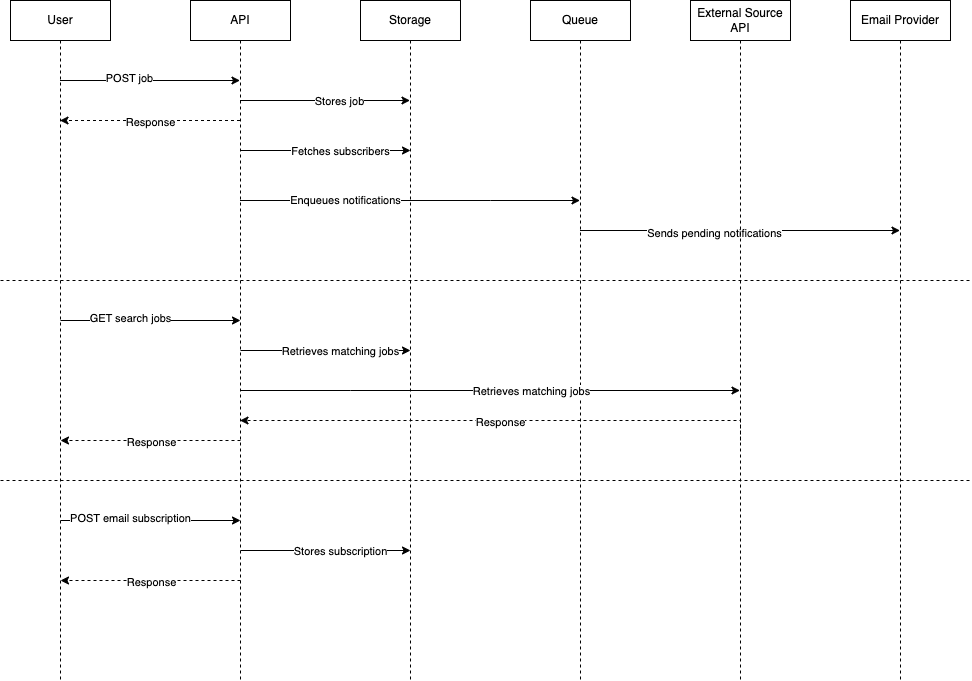
Earlier version of the draw.io export docs/sequence.png (ariel17/jobberwocky). Source tidied: cells renumbered, new cells last; positions are measured from the earlier drawing's top-left corner, leaving out a move shared by most shapes. The source it was exported from:
```xml
<mxGraphModel>
  <root>
    <mxCell id="0" />
    <mxCell id="1" parent="0" />
    <mxCell id="2" style="edgeStyle=elbowEdgeStyle;rounded=0;jettySize=auto;html=1;elbow=vertical;curved=0;" parent="1" edge="1" source="4" target="11">
      <mxGeometry relative="1" as="geometry">
        <Array as="points">
          <mxPoint x="140" y="80" />
        </Array>
      </mxGeometry>
    </mxCell>
    <mxCell id="3" value="POST job" style="edgeLabel;html=1;align=center;verticalAlign=middle;" parent="2" vertex="1">
      <mxGeometry x="-0.24" y="3" relative="1" as="geometry">
        <mxPoint x="1" as="offset" />
      </mxGeometry>
    </mxCell>
    <mxCell id="4" value="User" style="shape=umlLifeline;perimeter=lifelinePerimeter;whiteSpace=wrap;html=1;outlineConnect=0;portConstraint=eastwest;newEdgeStyle={&quot;edgeStyle&quot;:&quot;elbowEdgeStyle&quot;,&quot;elbow&quot;:&quot;vertical&quot;,&quot;curved&quot;:0,&quot;rounded&quot;:0};" parent="1" vertex="1">
      <mxGeometry x="10" width="100" height="680" as="geometry" />
    </mxCell>
    <mxCell id="5" style="edgeStyle=elbowEdgeStyle;rounded=0;jettySize=auto;html=1;elbow=vertical;curved=0;" parent="1" edge="1" source="11" target="12">
      <mxGeometry relative="1" as="geometry">
        <Array as="points">
          <mxPoint x="350" y="100" />
        </Array>
      </mxGeometry>
    </mxCell>
    <mxCell id="6" value="Stores job" style="edgeLabel;html=1;align=center;verticalAlign=middle;" parent="5" vertex="1">
      <mxGeometry x="0.16" relative="1" as="geometry">
        <mxPoint x="1" as="offset" />
      </mxGeometry>
    </mxCell>
    <mxCell id="7" style="edgeStyle=elbowEdgeStyle;rounded=0;jettySize=auto;html=1;elbow=vertical;curved=0;" parent="1" edge="1" source="11" target="15">
      <mxGeometry relative="1" as="geometry">
        <Array as="points">
          <mxPoint x="490" y="200" />
        </Array>
      </mxGeometry>
    </mxCell>
    <mxCell id="8" value="Enqueues notifications" style="edgeLabel;html=1;align=center;verticalAlign=middle;" parent="7" vertex="1">
      <mxGeometry x="-0.39" y="1" relative="1" as="geometry">
        <mxPoint x="1" as="offset" />
      </mxGeometry>
    </mxCell>
    <mxCell id="9" style="edgeStyle=elbowEdgeStyle;rounded=0;jettySize=auto;html=1;elbow=vertical;curved=0;dashed=1;" parent="1" edge="1" source="11" target="4">
      <mxGeometry relative="1" as="geometry">
        <Array as="points">
          <mxPoint x="180" y="120" />
        </Array>
      </mxGeometry>
    </mxCell>
    <mxCell id="10" value="Response" style="edgeLabel;html=1;align=center;verticalAlign=middle;" parent="9" vertex="1">
      <mxGeometry x="0.01" y="1" relative="1" as="geometry">
        <mxPoint x="1" as="offset" />
      </mxGeometry>
    </mxCell>
    <mxCell id="11" value="API" style="shape=umlLifeline;perimeter=lifelinePerimeter;whiteSpace=wrap;html=1;outlineConnect=0;portConstraint=eastwest;newEdgeStyle={&quot;edgeStyle&quot;:&quot;elbowEdgeStyle&quot;,&quot;elbow&quot;:&quot;vertical&quot;,&quot;curved&quot;:0,&quot;rounded&quot;:0};" parent="1" vertex="1">
      <mxGeometry x="190" width="100" height="680" as="geometry" />
    </mxCell>
    <mxCell id="12" value="Storage" style="shape=umlLifeline;perimeter=lifelinePerimeter;whiteSpace=wrap;html=1;outlineConnect=0;portConstraint=eastwest;newEdgeStyle={&quot;edgeStyle&quot;:&quot;elbowEdgeStyle&quot;,&quot;elbow&quot;:&quot;vertical&quot;,&quot;curved&quot;:0,&quot;rounded&quot;:0};" parent="1" vertex="1">
      <mxGeometry x="360" width="100" height="680" as="geometry" />
    </mxCell>
    <mxCell id="13" style="edgeStyle=elbowEdgeStyle;rounded=0;jettySize=auto;html=1;elbow=vertical;curved=0;" parent="1" edge="1" source="15" target="17">
      <mxGeometry relative="1" as="geometry">
        <Array as="points">
          <mxPoint x="680" y="230" />
        </Array>
      </mxGeometry>
    </mxCell>
    <mxCell id="14" value="Sends pending notifications" style="edgeLabel;html=1;align=center;verticalAlign=middle;" parent="13" vertex="1">
      <mxGeometry x="-0.17" y="-2" relative="1" as="geometry" />
    </mxCell>
    <mxCell id="15" value="Queue" style="shape=umlLifeline;perimeter=lifelinePerimeter;whiteSpace=wrap;html=1;outlineConnect=0;portConstraint=eastwest;newEdgeStyle={&quot;edgeStyle&quot;:&quot;elbowEdgeStyle&quot;,&quot;elbow&quot;:&quot;vertical&quot;,&quot;curved&quot;:0,&quot;rounded&quot;:0};" parent="1" vertex="1">
      <mxGeometry x="530" width="100" height="680" as="geometry" />
    </mxCell>
    <mxCell id="16" value="External Source API" style="shape=umlLifeline;perimeter=lifelinePerimeter;whiteSpace=wrap;html=1;outlineConnect=0;portConstraint=eastwest;newEdgeStyle={&quot;edgeStyle&quot;:&quot;elbowEdgeStyle&quot;,&quot;elbow&quot;:&quot;vertical&quot;,&quot;curved&quot;:0,&quot;rounded&quot;:0};" parent="1" vertex="1">
      <mxGeometry x="690" width="100" height="680" as="geometry" />
    </mxCell>
    <mxCell id="17" value="Email Provider" style="shape=umlLifeline;perimeter=lifelinePerimeter;whiteSpace=wrap;html=1;outlineConnect=0;portConstraint=eastwest;newEdgeStyle={&quot;edgeStyle&quot;:&quot;elbowEdgeStyle&quot;,&quot;elbow&quot;:&quot;vertical&quot;,&quot;curved&quot;:0,&quot;rounded&quot;:0};" parent="1" vertex="1">
      <mxGeometry x="850" width="100" height="680" as="geometry" />
    </mxCell>
    <mxCell id="18" style="endArrow=none;dashed=1;html=1;rounded=0;" parent="1" edge="1">
      <mxGeometry relative="1" as="geometry">
        <mxPoint y="280" as="sourcePoint" />
        <mxPoint x="970" y="280" as="targetPoint" />
      </mxGeometry>
    </mxCell>
    <mxCell id="19" style="edgeStyle=elbowEdgeStyle;rounded=0;orthogonalLoop=1;jettySize=auto;html=1;elbow=vertical;curved=0;" parent="1" edge="1">
      <mxGeometry relative="1" as="geometry">
        <mxPoint x="240" y="150" as="sourcePoint" />
        <mxPoint x="410" y="150" as="targetPoint" />
        <Array as="points">
          <mxPoint x="350" y="150" />
        </Array>
      </mxGeometry>
    </mxCell>
    <mxCell id="20" value="Fetches subscribers" style="edgeLabel;html=1;align=center;verticalAlign=middle;" parent="19" vertex="1">
      <mxGeometry x="0.16" relative="1" as="geometry">
        <mxPoint x="1" as="offset" />
      </mxGeometry>
    </mxCell>
    <mxCell id="21" style="edgeStyle=elbowEdgeStyle;rounded=0;orthogonalLoop=1;jettySize=auto;html=1;elbow=vertical;curved=0;" parent="1" edge="1">
      <mxGeometry relative="1" as="geometry">
        <mxPoint x="60" y="320" as="sourcePoint" />
        <mxPoint x="240" y="320" as="targetPoint" />
        <Array as="points">
          <mxPoint x="140" y="320" />
        </Array>
      </mxGeometry>
    </mxCell>
    <mxCell id="22" value="GET search jobs" style="edgeLabel;html=1;align=center;verticalAlign=middle;" parent="21" vertex="1">
      <mxGeometry x="-0.24" y="3" relative="1" as="geometry">
        <mxPoint x="1" as="offset" />
      </mxGeometry>
    </mxCell>
    <mxCell id="23" style="edgeStyle=elbowEdgeStyle;rounded=0;orthogonalLoop=1;jettySize=auto;html=1;elbow=horizontal;curved=0;" parent="1" edge="1">
      <mxGeometry relative="1" as="geometry">
        <mxPoint x="240" y="350" as="sourcePoint" />
        <mxPoint x="410" y="350" as="targetPoint" />
        <Array as="points">
          <mxPoint x="350" y="350" />
        </Array>
      </mxGeometry>
    </mxCell>
    <mxCell id="24" value="Retrieves matching jobs" style="edgeLabel;html=1;align=center;verticalAlign=middle;" parent="23" vertex="1">
      <mxGeometry x="0.16" relative="1" as="geometry">
        <mxPoint x="1" as="offset" />
      </mxGeometry>
    </mxCell>
    <mxCell id="25" style="edgeStyle=elbowEdgeStyle;rounded=0;jettySize=auto;html=1;elbow=horizontal;curved=0;" parent="1" edge="1" target="16">
      <mxGeometry relative="1" as="geometry">
        <mxPoint x="240" y="390" as="sourcePoint" />
        <Array as="points">
          <mxPoint x="350" y="390" />
        </Array>
      </mxGeometry>
    </mxCell>
    <mxCell id="26" value="Retrieves matching jobs" style="edgeLabel;html=1;align=center;verticalAlign=middle;" parent="25" vertex="1">
      <mxGeometry x="0.16" relative="1" as="geometry">
        <mxPoint x="1" as="offset" />
      </mxGeometry>
    </mxCell>
    <mxCell id="27" style="edgeStyle=elbowEdgeStyle;rounded=0;jettySize=auto;html=1;elbow=vertical;curved=0;dashed=1;" parent="1" edge="1" target="11">
      <mxGeometry relative="1" as="geometry">
        <mxPoint x="740" y="440" as="sourcePoint" />
        <Array as="points">
          <mxPoint x="430" y="420" />
          <mxPoint x="680" y="440" />
        </Array>
      </mxGeometry>
    </mxCell>
    <mxCell id="28" value="Response" style="edgeLabel;html=1;align=center;verticalAlign=middle;" parent="27" vertex="1">
      <mxGeometry x="0.01" y="1" relative="1" as="geometry">
        <mxPoint x="1" as="offset" />
      </mxGeometry>
    </mxCell>
    <mxCell id="29" style="edgeStyle=elbowEdgeStyle;rounded=0;orthogonalLoop=1;jettySize=auto;html=1;elbow=vertical;curved=0;dashed=1;" parent="1" edge="1">
      <mxGeometry relative="1" as="geometry">
        <mxPoint x="240" y="440" as="sourcePoint" />
        <mxPoint x="60" y="440" as="targetPoint" />
        <Array as="points">
          <mxPoint x="180" y="440" />
        </Array>
      </mxGeometry>
    </mxCell>
    <mxCell id="30" value="Response" style="edgeLabel;html=1;align=center;verticalAlign=middle;" parent="29" vertex="1">
      <mxGeometry x="0.01" y="1" relative="1" as="geometry">
        <mxPoint x="1" as="offset" />
      </mxGeometry>
    </mxCell>
    <mxCell id="31" style="endArrow=none;dashed=1;html=1;rounded=0;" parent="1" edge="1">
      <mxGeometry relative="1" as="geometry">
        <mxPoint y="480" as="sourcePoint" />
        <mxPoint x="970" y="480" as="targetPoint" />
      </mxGeometry>
    </mxCell>
    <mxCell id="32" style="edgeStyle=elbowEdgeStyle;rounded=0;orthogonalLoop=1;jettySize=auto;html=1;elbow=horizontal;curved=0;" parent="1" edge="1">
      <mxGeometry relative="1" as="geometry">
        <mxPoint x="60" y="520" as="sourcePoint" />
        <mxPoint x="240" y="520" as="targetPoint" />
        <Array as="points">
          <mxPoint x="140" y="520" />
        </Array>
      </mxGeometry>
    </mxCell>
    <mxCell id="33" value="POST email subscription" style="edgeLabel;html=1;align=center;verticalAlign=middle;" parent="32" vertex="1">
      <mxGeometry x="-0.24" y="3" relative="1" as="geometry">
        <mxPoint x="1" as="offset" />
      </mxGeometry>
    </mxCell>
    <mxCell id="34" style="edgeStyle=elbowEdgeStyle;rounded=0;orthogonalLoop=1;jettySize=auto;html=1;elbow=vertical;curved=0;" parent="1" edge="1">
      <mxGeometry relative="1" as="geometry">
        <mxPoint x="240" y="550" as="sourcePoint" />
        <mxPoint x="410" y="550" as="targetPoint" />
        <Array as="points">
          <mxPoint x="350" y="550" />
        </Array>
      </mxGeometry>
    </mxCell>
    <mxCell id="35" value="Stores subscription" style="edgeLabel;html=1;align=center;verticalAlign=middle;" parent="34" vertex="1">
      <mxGeometry x="0.16" relative="1" as="geometry">
        <mxPoint x="1" as="offset" />
      </mxGeometry>
    </mxCell>
    <mxCell id="36" style="edgeStyle=elbowEdgeStyle;rounded=0;orthogonalLoop=1;jettySize=auto;html=1;elbow=vertical;curved=0;dashed=1;" parent="1" edge="1">
      <mxGeometry relative="1" as="geometry">
        <mxPoint x="240" y="580" as="sourcePoint" />
        <mxPoint x="60" y="580" as="targetPoint" />
        <Array as="points">
          <mxPoint x="180" y="580" />
        </Array>
      </mxGeometry>
    </mxCell>
    <mxCell id="37" value="Response" style="edgeLabel;html=1;align=center;verticalAlign=middle;" parent="36" vertex="1">
      <mxGeometry x="0.01" y="1" relative="1" as="geometry">
        <mxPoint x="1" as="offset" />
      </mxGeometry>
    </mxCell>
  </root>
</mxGraphModel>
```
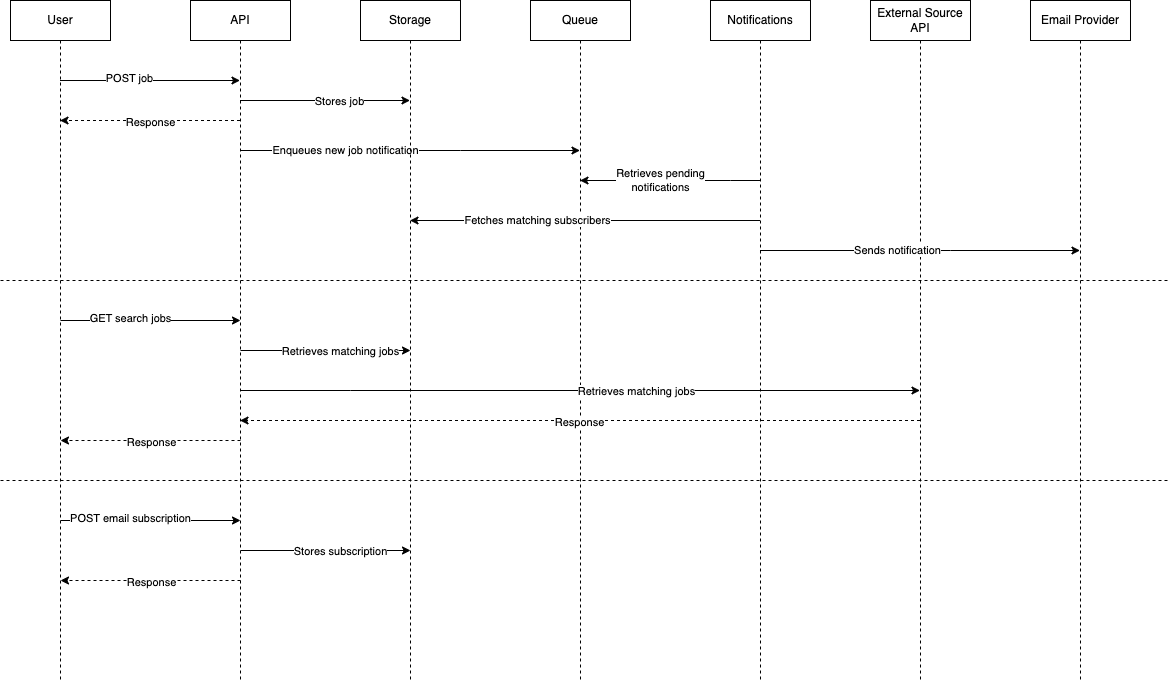
The same diagram one commit later.

Commit message:
Updates sequence diagram.

Diff of the diagram source:
```diff
@@ -32,11 +32,12 @@
     <mxCell id="7" style="edgeStyle=elbowEdgeStyle;rounded=0;jettySize=auto;html=1;elbow=vertical;curved=0;" parent="1" edge="1" source="11" target="15">
       <mxGeometry relative="1" as="geometry">
         <Array as="points">
+          <mxPoint x="460" y="150" />
           <mxPoint x="490" y="200" />
         </Array>
       </mxGeometry>
     </mxCell>
-    <mxCell id="8" value="Enqueues notifications" style="edgeLabel;html=1;align=center;verticalAlign=middle;" parent="7" vertex="1">
+    <mxCell id="8" value="Enqueues new job notification" style="edgeLabel;html=1;align=center;verticalAlign=middle;" parent="7" vertex="1">
       <mxGeometry x="-0.39" y="1" relative="1" as="geometry">
         <mxPoint x="1" as="offset" />
       </mxGeometry>
@@ -59,45 +60,21 @@
     <mxCell id="12" value="Storage" style="shape=umlLifeline;perimeter=lifelinePerimeter;whiteSpace=wrap;html=1;outlineConnect=0;portConstraint=eastwest;newEdgeStyle={&quot;edgeStyle&quot;:&quot;elbowEdgeStyle&quot;,&quot;elbow&quot;:&quot;vertical&quot;,&quot;curved&quot;:0,&quot;rounded&quot;:0};" parent="1" vertex="1">
       <mxGeometry x="360" width="100" height="680" as="geometry" />
     </mxCell>
-    <mxCell id="13" style="edgeStyle=elbowEdgeStyle;rounded=0;jettySize=auto;html=1;elbow=vertical;curved=0;" parent="1" edge="1" source="15" target="17">
-      <mxGeometry relative="1" as="geometry">
-        <Array as="points">
-          <mxPoint x="680" y="230" />
-        </Array>
-      </mxGeometry>
-    </mxCell>
-    <mxCell id="14" value="Sends pending notifications" style="edgeLabel;html=1;align=center;verticalAlign=middle;" parent="13" vertex="1">
-      <mxGeometry x="-0.17" y="-2" relative="1" as="geometry" />
-    </mxCell>
     <mxCell id="15" value="Queue" style="shape=umlLifeline;perimeter=lifelinePerimeter;whiteSpace=wrap;html=1;outlineConnect=0;portConstraint=eastwest;newEdgeStyle={&quot;edgeStyle&quot;:&quot;elbowEdgeStyle&quot;,&quot;elbow&quot;:&quot;vertical&quot;,&quot;curved&quot;:0,&quot;rounded&quot;:0};" parent="1" vertex="1">
       <mxGeometry x="530" width="100" height="680" as="geometry" />
     </mxCell>
     <mxCell id="16" value="External Source API" style="shape=umlLifeline;perimeter=lifelinePerimeter;whiteSpace=wrap;html=1;outlineConnect=0;portConstraint=eastwest;newEdgeStyle={&quot;edgeStyle&quot;:&quot;elbowEdgeStyle&quot;,&quot;elbow&quot;:&quot;vertical&quot;,&quot;curved&quot;:0,&quot;rounded&quot;:0};" parent="1" vertex="1">
-      <mxGeometry x="690" width="100" height="680" as="geometry" />
+      <mxGeometry x="870" width="100" height="680" as="geometry" />
     </mxCell>
     <mxCell id="17" value="Email Provider" style="shape=umlLifeline;perimeter=lifelinePerimeter;whiteSpace=wrap;html=1;outlineConnect=0;portConstraint=eastwest;newEdgeStyle={&quot;edgeStyle&quot;:&quot;elbowEdgeStyle&quot;,&quot;elbow&quot;:&quot;vertical&quot;,&quot;curved&quot;:0,&quot;rounded&quot;:0};" parent="1" vertex="1">
-      <mxGeometry x="850" width="100" height="680" as="geometry" />
+      <mxGeometry x="1030" width="100" height="680" as="geometry" />
     </mxCell>
     <mxCell id="18" style="endArrow=none;dashed=1;html=1;rounded=0;" parent="1" edge="1">
       <mxGeometry relative="1" as="geometry">
         <mxPoint y="280" as="sourcePoint" />
-        <mxPoint x="970" y="280" as="targetPoint" />
+        <mxPoint x="1170" y="280" as="targetPoint" />
       </mxGeometry>
     </mxCell>
-    <mxCell id="19" style="edgeStyle=elbowEdgeStyle;rounded=0;orthogonalLoop=1;jettySize=auto;html=1;elbow=vertical;curved=0;" parent="1" edge="1">
-      <mxGeometry relative="1" as="geometry">
-        <mxPoint x="240" y="150" as="sourcePoint" />
-        <mxPoint x="410" y="150" as="targetPoint" />
-        <Array as="points">
-          <mxPoint x="350" y="150" />
-        </Array>
-      </mxGeometry>
-    </mxCell>
-    <mxCell id="20" value="Fetches subscribers" style="edgeLabel;html=1;align=center;verticalAlign=middle;" parent="19" vertex="1">
-      <mxGeometry x="0.16" relative="1" as="geometry">
-        <mxPoint x="1" as="offset" />
-      </mxGeometry>
-    </mxCell>
     <mxCell id="21" style="edgeStyle=elbowEdgeStyle;rounded=0;orthogonalLoop=1;jettySize=auto;html=1;elbow=vertical;curved=0;" parent="1" edge="1">
       <mxGeometry relative="1" as="geometry">
         <mxPoint x="60" y="320" as="sourcePoint" />
@@ -139,9 +116,8 @@
         <mxPoint x="1" as="offset" />
       </mxGeometry>
     </mxCell>
-    <mxCell id="27" style="edgeStyle=elbowEdgeStyle;rounded=0;jettySize=auto;html=1;elbow=vertical;curved=0;dashed=1;" parent="1" edge="1" target="11">
+    <mxCell id="27" style="edgeStyle=elbowEdgeStyle;rounded=0;jettySize=auto;html=1;elbow=vertical;curved=0;dashed=1;" parent="1" edge="1" source="16" target="11">
       <mxGeometry relative="1" as="geometry">
-        <mxPoint x="740" y="440" as="sourcePoint" />
         <Array as="points">
           <mxPoint x="430" y="420" />
           <mxPoint x="680" y="440" />
@@ -170,7 +146,7 @@
     <mxCell id="31" style="endArrow=none;dashed=1;html=1;rounded=0;" parent="1" edge="1">
       <mxGeometry relative="1" as="geometry">
         <mxPoint y="480" as="sourcePoint" />
-        <mxPoint x="970" y="480" as="targetPoint" />
+        <mxPoint x="1170" y="480" as="targetPoint" />
       </mxGeometry>
     </mxCell>
     <mxCell id="32" style="edgeStyle=elbowEdgeStyle;rounded=0;orthogonalLoop=1;jettySize=auto;html=1;elbow=horizontal;curved=0;" parent="1" edge="1">
@@ -215,5 +191,42 @@
         <mxPoint x="1" as="offset" />
       </mxGeometry>
     </mxCell>
+    <mxCell id="38" value="Notifications" style="shape=umlLifeline;perimeter=lifelinePerimeter;whiteSpace=wrap;html=1;outlineConnect=0;portConstraint=eastwest;newEdgeStyle={&quot;edgeStyle&quot;:&quot;elbowEdgeStyle&quot;,&quot;elbow&quot;:&quot;vertical&quot;,&quot;curved&quot;:0,&quot;rounded&quot;:0};" parent="1" vertex="1">
+      <mxGeometry x="710" width="100" height="680" as="geometry" />
+    </mxCell>
+    <mxCell id="39" style="endArrow=none;html=1;rounded=0;startArrow=classic;startFill=1;endFill=0;" parent="1" edge="1" source="15" target="38">
+      <mxGeometry relative="1" as="geometry">
+        <Array as="points">
+          <mxPoint x="730" y="180" />
+        </Array>
+      </mxGeometry>
+    </mxCell>
+    <mxCell id="40" value="Retrieves pending&lt;br&gt;notifications" style="edgeLabel;html=1;align=center;verticalAlign=middle;" parent="39" vertex="1">
+      <mxGeometry x="-0.12" y="1" relative="1" as="geometry">
+        <mxPoint x="1" as="offset" />
+      </mxGeometry>
+    </mxCell>
+    <mxCell id="41" style="endArrow=classic;html=1;rounded=0;" parent="1" edge="1" source="38" target="12">
+      <mxGeometry relative="1" as="geometry">
+        <Array as="points">
+          <mxPoint x="520" y="220" />
+        </Array>
+      </mxGeometry>
+    </mxCell>
+    <mxCell id="42" value="Fetches matching subscribers" style="edgeLabel;html=1;align=center;verticalAlign=middle;" parent="41" vertex="1">
+      <mxGeometry x="0.28" y="-1" relative="1" as="geometry" />
+    </mxCell>
+    <mxCell id="43" style="endArrow=classic;html=1;rounded=0;" parent="1" edge="1" source="38" target="17">
+      <mxGeometry relative="1" as="geometry">
+        <Array as="points">
+          <mxPoint x="950" y="250" />
+        </Array>
+      </mxGeometry>
+    </mxCell>
+    <mxCell id="44" value="Sends notification" style="edgeLabel;html=1;align=center;verticalAlign=middle;" parent="43" vertex="1">
+      <mxGeometry x="-0.15" y="1" relative="1" as="geometry">
+        <mxPoint x="1" as="offset" />
+      </mxGeometry>
+    </mxCell>
   </root>
 </mxGraphModel>
```
